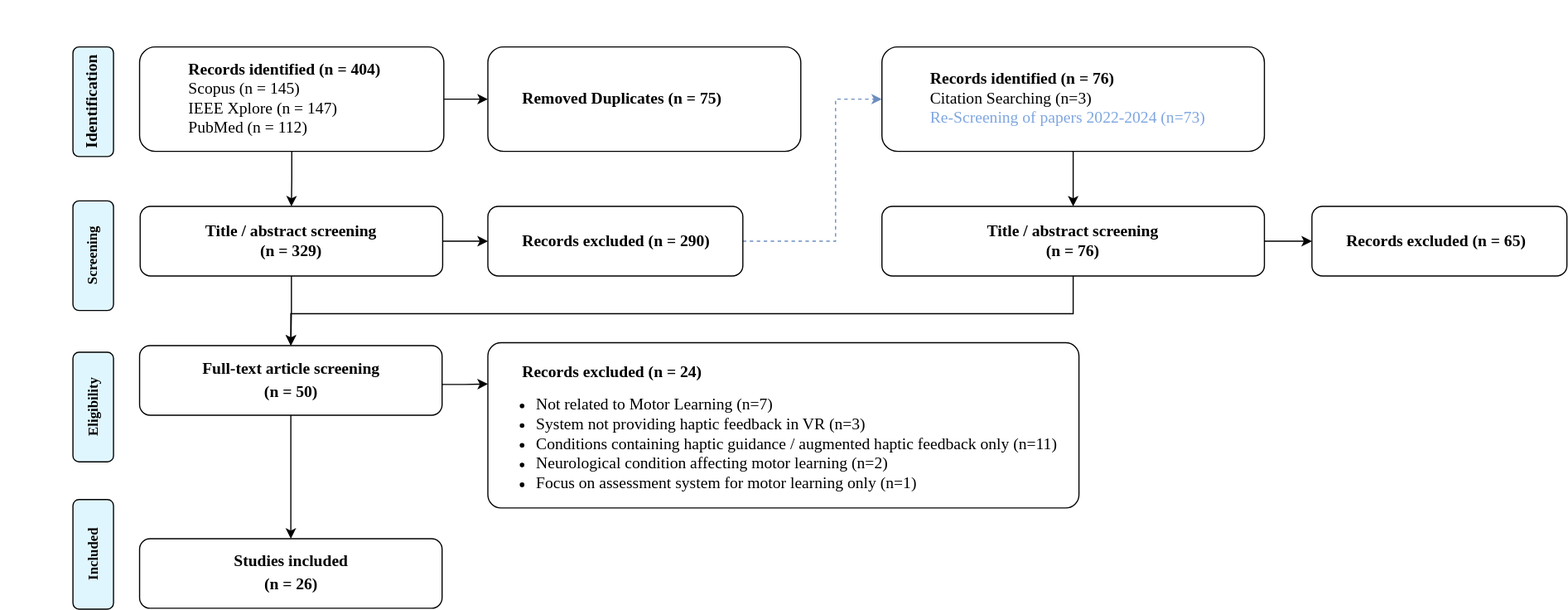
Above: figures/prisma_overview.svg in Hobsyllvin/Literature-Research-Master-Thesis (draw.io), before the change. Source tidied: cells renumbered, new cells last; positions are measured from the earlier drawing's top-left corner, leaving out a move shared by most shapes.
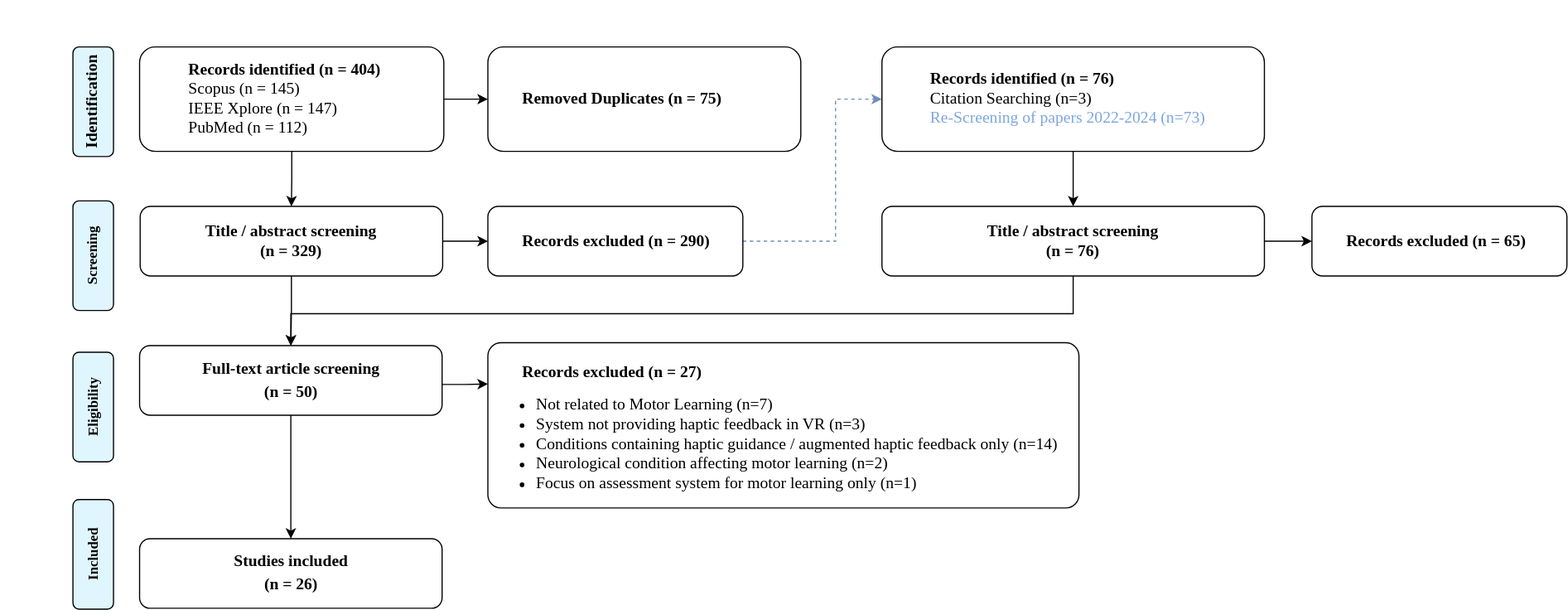
After the change.

What changed in the source:
```diff
@@ -45,7 +45,7 @@
     <mxCell id="12" value="&lt;div align=&quot;left&quot;&gt;&lt;div&gt;&lt;font&gt;&lt;b&gt;&lt;font style=&quot;font-size: 14px;&quot;&gt;&lt;span style=&quot;white-space: pre;&quot;&gt;&#9;&lt;/span&gt;Records excluded (n = 290)&lt;/font&gt;&lt;/b&gt;&lt;/font&gt;&lt;/div&gt;&lt;/div&gt;" style="rounded=1;whiteSpace=wrap;html=1;fontSize=12;glass=0;strokeWidth=1;shadow=0;align=left;fontFamily=Times New Roman;" parent="1" vertex="1">
       <mxGeometry x="420" y="177.5" width="220" height="60" as="geometry" />
     </mxCell>
-    <mxCell id="13" value="&lt;div align=&quot;justify&quot;&gt;&lt;b&gt;&lt;font style=&quot;font-size: 14px;&quot;&gt;&lt;span style=&quot;white-space: pre;&quot;&gt;&#9;&lt;/span&gt;&lt;br&gt;&lt;span style=&quot;white-space: pre;&quot;&gt;&#9;&lt;/span&gt;Records excluded (n = 24)&lt;/font&gt;&lt;/b&gt;&lt;/div&gt;&lt;div align=&quot;justify&quot;&gt;&lt;ul&gt;&lt;li&gt;&lt;font style=&quot;font-size: 14px;&quot;&gt;Not related to Motor Learning&lt;/font&gt;&lt;font style=&quot;font-size: 14px;&quot;&gt; (n=7)&lt;/font&gt;&lt;/li&gt;&lt;li&gt;&lt;font style=&quot;font-size: 14px;&quot;&gt;System not providing haptic feedback in VR (n=3)&lt;/font&gt;&lt;/li&gt;&lt;li&gt;&lt;font style=&quot;font-size: 14px;&quot;&gt;Conditions containing haptic guidance / augmented haptic feedback only (n=11)&lt;br&gt;&lt;/font&gt;&lt;/li&gt;&lt;li&gt;&lt;font style=&quot;font-size: 14px;&quot;&gt;Neurological condition affecting motor learning (n=2)&lt;br&gt;&lt;/font&gt;&lt;/li&gt;&lt;li&gt;&lt;font style=&quot;font-size: 14px;&quot;&gt;Focus on assessment system for motor learning only (n=1)&lt;br&gt;&lt;/font&gt;&lt;/li&gt;&lt;/ul&gt;&lt;/div&gt;" style="rounded=1;whiteSpace=wrap;html=1;fontSize=12;glass=0;strokeWidth=1;shadow=0;align=left;fontFamily=Times New Roman;rotation=0;arcSize=8;" parent="1" vertex="1">
+    <mxCell id="13" value="&lt;div align=&quot;justify&quot;&gt;&lt;b&gt;&lt;font style=&quot;font-size: 14px;&quot;&gt;&lt;span style=&quot;white-space: pre;&quot;&gt;&#9;&lt;/span&gt;&lt;br&gt;&lt;span style=&quot;white-space: pre;&quot;&gt;&#9;&lt;/span&gt;Records excluded (n = 27)&lt;/font&gt;&lt;/b&gt;&lt;/div&gt;&lt;div align=&quot;justify&quot;&gt;&lt;ul&gt;&lt;li&gt;&lt;font style=&quot;font-size: 14px;&quot;&gt;Not related to Motor Learning&lt;/font&gt;&lt;font style=&quot;font-size: 14px;&quot;&gt; (n=7)&lt;/font&gt;&lt;/li&gt;&lt;li&gt;&lt;font style=&quot;font-size: 14px;&quot;&gt;System not providing haptic feedback in VR (n=3)&lt;/font&gt;&lt;/li&gt;&lt;li&gt;&lt;font style=&quot;font-size: 14px;&quot;&gt;Conditions containing haptic guidance / augmented haptic feedback only (n=14)&lt;br&gt;&lt;/font&gt;&lt;/li&gt;&lt;li&gt;&lt;font style=&quot;font-size: 14px;&quot;&gt;Neurological condition affecting motor learning (n=2)&lt;br&gt;&lt;/font&gt;&lt;/li&gt;&lt;li&gt;&lt;font style=&quot;font-size: 14px;&quot;&gt;Focus on assessment system for motor learning only (n=1)&lt;br&gt;&lt;/font&gt;&lt;/li&gt;&lt;/ul&gt;&lt;/div&gt;" style="rounded=1;whiteSpace=wrap;html=1;fontSize=12;glass=0;strokeWidth=1;shadow=0;align=left;fontFamily=Times New Roman;rotation=0;arcSize=8;" parent="1" vertex="1">
       <mxGeometry x="420" y="295" width="510" height="142.5" as="geometry" />
     </mxCell>
     <mxCell id="14" value="&lt;div&gt;&lt;font style=&quot;font-size: 14px;&quot;&gt;&lt;b&gt;&lt;font&gt;Studies included&lt;/font&gt;&lt;/b&gt;&lt;/font&gt;&lt;/div&gt;&lt;div&gt;&lt;b&gt;&lt;font style=&quot;font-size: 14px;&quot;&gt;(n = 26)&lt;/font&gt;&lt;font size=&quot;3&quot;&gt;&lt;br&gt;&lt;/font&gt;&lt;/b&gt;&lt;/div&gt;" style="rounded=1;whiteSpace=wrap;html=1;fontSize=12;glass=0;strokeWidth=1;shadow=0;fontFamily=Times New Roman;" parent="1" vertex="1">
```
